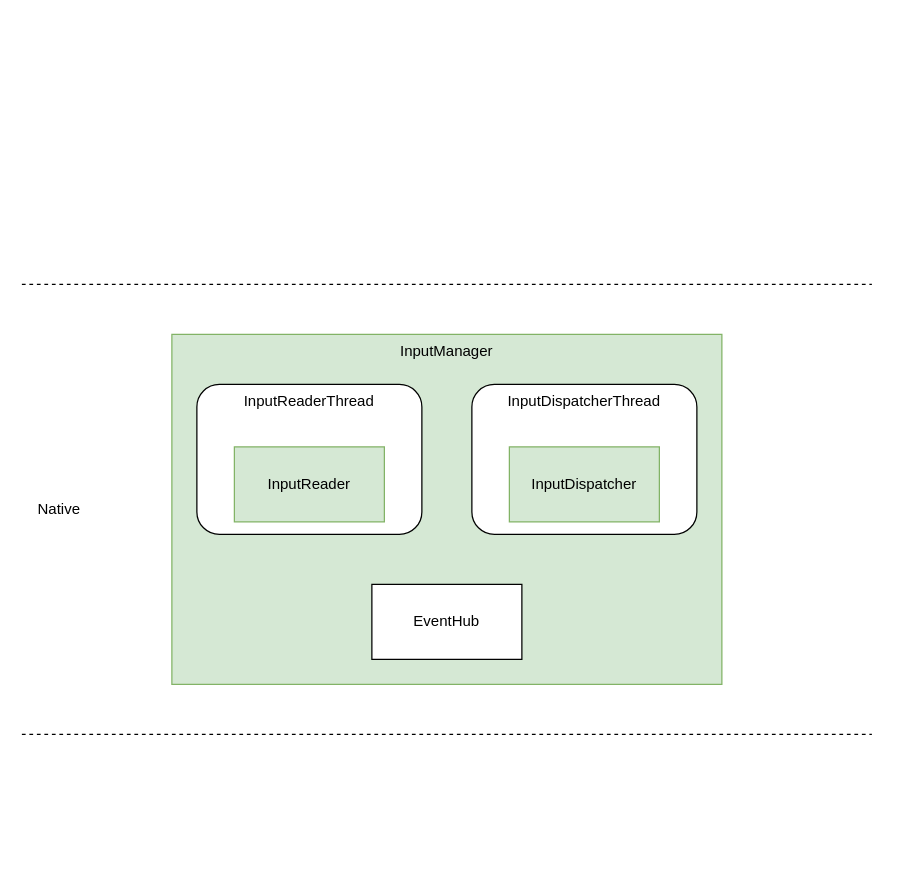
This is Untitled Diagram.drawio from Tisences/image, a draw.io file, before an edit. Source tidied: cells renumbered, new cells numbered last; positions are measured from the earlier drawing's top-left corner, leaving out a move shared by most shapes. Both pictures are drawn from the tidied source at 125%, with x=0, y=0 at pixel (21, 284).
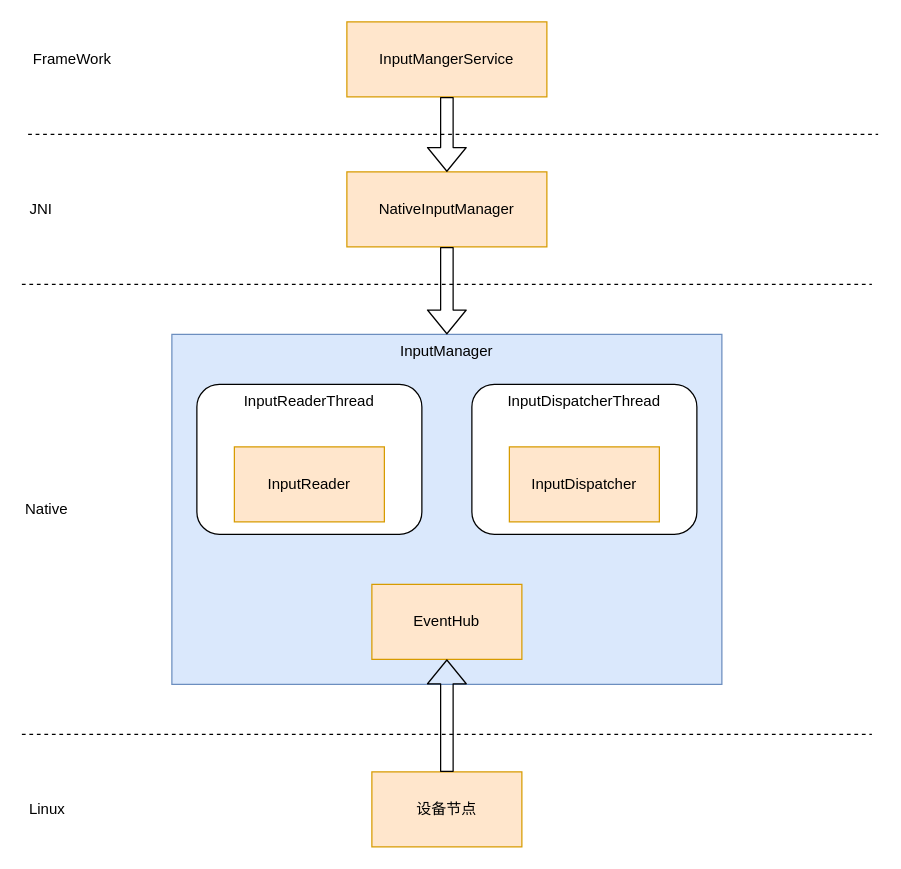
After the change.

The edit, as a diff of the source:
```diff
@@
-    <mxCell id="2" value="&lt;div style=&quot;&quot;&gt;&lt;span&gt;InputManager&lt;/span&gt;&lt;/div&gt;" style="rounded=0;whiteSpace=wrap;html=1;align=center;labelPosition=center;verticalLabelPosition=middle;verticalAlign=top;fillColor=#d5e8d4;strokeColor=#82b366;" parent="1" vertex="1">
+    <mxCell id="2" value="&lt;div style=&quot;&quot;&gt;&lt;span&gt;InputManager&lt;/span&gt;&lt;/div&gt;" style="rounded=0;whiteSpace=wrap;html=1;align=center;labelPosition=center;verticalLabelPosition=middle;verticalAlign=top;fillColor=#dae8fc;strokeColor=#6c8ebf;" parent="1" vertex="1">
       <mxGeometry x="120" y="40" width="440" height="280" as="geometry" />
     </mxCell>
@@
-    <mxCell id="5" value="EventHub" style="rounded=0;whiteSpace=wrap;html=1;" parent="1" vertex="1">
+    <mxCell id="5" value="EventHub" style="rounded=0;whiteSpace=wrap;html=1;fillColor=#ffe6cc;strokeColor=#d79b00;" parent="1" vertex="1">
       <mxGeometry x="280" y="240" width="120" height="60" as="geometry" />
     </mxCell>
-    <mxCell id="6" value="InputReader" style="rounded=0;whiteSpace=wrap;html=1;fillColor=#d5e8d4;strokeColor=#82b366;" parent="1" vertex="1">
+    <mxCell id="6" value="InputReader" style="rounded=0;whiteSpace=wrap;html=1;fillColor=#ffe6cc;strokeColor=#d79b00;" parent="1" vertex="1">
       <mxGeometry x="170" y="130" width="120" height="60" as="geometry" />
     </mxCell>
-    <mxCell id="7" value="InputDispatcher" style="rounded=0;whiteSpace=wrap;html=1;fillColor=#d5e8d4;strokeColor=#82b366;" parent="1" vertex="1">
+    <mxCell id="7" value="InputDispatcher" style="rounded=0;whiteSpace=wrap;html=1;fillColor=#ffe6cc;strokeColor=#d79b00;" parent="1" vertex="1">
       <mxGeometry x="390" y="130" width="120" height="60" as="geometry" />
     </mxCell>
@@
     <mxCell id="9" value="Native" style="text;html=1;strokeColor=none;fillColor=none;align=center;verticalAlign=middle;whiteSpace=wrap;rounded=0;" parent="1" vertex="1">
-      <mxGeometry x="10" y="170" width="40" height="20" as="geometry" />
+      <mxGeometry y="170" width="40" height="20" as="geometry" />
     </mxCell>
@@
+    <mxCell id="11" value="设备节点" style="rounded=0;whiteSpace=wrap;html=1;labelBackgroundColor=none;align=center;verticalAlign=middle;fillColor=#ffe6cc;strokeColor=#d79b00;" parent="1" vertex="1">
+      <mxGeometry x="280" y="390" width="120" height="60" as="geometry" />
+    </mxCell>
+    <mxCell id="12" value="Linux" style="text;html=1;align=center;verticalAlign=middle;strokeColor=none;" parent="1" vertex="1">
+      <mxGeometry y="410" width="40" height="20" as="geometry" />
+    </mxCell>
+    <mxCell id="13" value="NativeInputManager" style="rounded=0;whiteSpace=wrap;html=1;labelBackgroundColor=none;align=center;verticalAlign=middle;fillColor=#ffe6cc;strokeColor=#d79b00;" parent="1" vertex="1">
+      <mxGeometry x="260" y="-90" width="160" height="60" as="geometry" />
+    </mxCell>
+    <mxCell id="14" value="InputMangerService" style="rounded=0;whiteSpace=wrap;html=1;labelBackgroundColor=none;align=center;verticalAlign=middle;fillColor=#ffe6cc;strokeColor=#d79b00;" parent="1" vertex="1">
+      <mxGeometry x="260" y="-210" width="160" height="60" as="geometry" />
+    </mxCell>
+    <mxCell id="15" style="endArrow=none;dashed=1;html=1;" parent="1" edge="1">
+      <mxGeometry relative="1" as="geometry">
+        <mxPoint x="5" y="-120" as="sourcePoint" />
+        <mxPoint x="685" y="-120" as="targetPoint" />
+      </mxGeometry>
+    </mxCell>
+    <mxCell id="16" value="JNI" style="text;html=1;align=center;verticalAlign=middle;strokeColor=none;" parent="1" vertex="1">
+      <mxGeometry y="-70" width="30" height="20" as="geometry" />
+    </mxCell>
+    <mxCell id="17" value="FrameWork" style="text;html=1;align=center;verticalAlign=middle;strokeColor=none;" parent="1" vertex="1">
+      <mxGeometry y="-190" width="80" height="20" as="geometry" />
+    </mxCell>
+    <mxCell id="18" style="shape=flexArrow;endArrow=classic;html=1;entryX=0.5;entryY=0;entryDx=0;entryDy=0;exitX=0.5;exitY=1;exitDx=0;exitDy=0;" parent="1" edge="1" source="14" target="13">
+      <mxGeometry relative="1" as="geometry" />
+    </mxCell>
+    <mxCell id="19" style="shape=flexArrow;endArrow=classic;html=1;exitX=0.5;exitY=1;exitDx=0;exitDy=0;entryX=0.5;entryY=0;entryDx=0;entryDy=0;" parent="1" edge="1" source="13" target="2">
+      <mxGeometry relative="1" as="geometry" />
+    </mxCell>
+    <mxCell id="20" style="shape=flexArrow;endArrow=classic;html=1;exitX=0.5;exitY=0;exitDx=0;exitDy=0;entryX=0.5;entryY=1;entryDx=0;entryDy=0;" parent="1" edge="1" source="11" target="5">
+      <mxGeometry relative="1" as="geometry" />
+    </mxCell>
```
